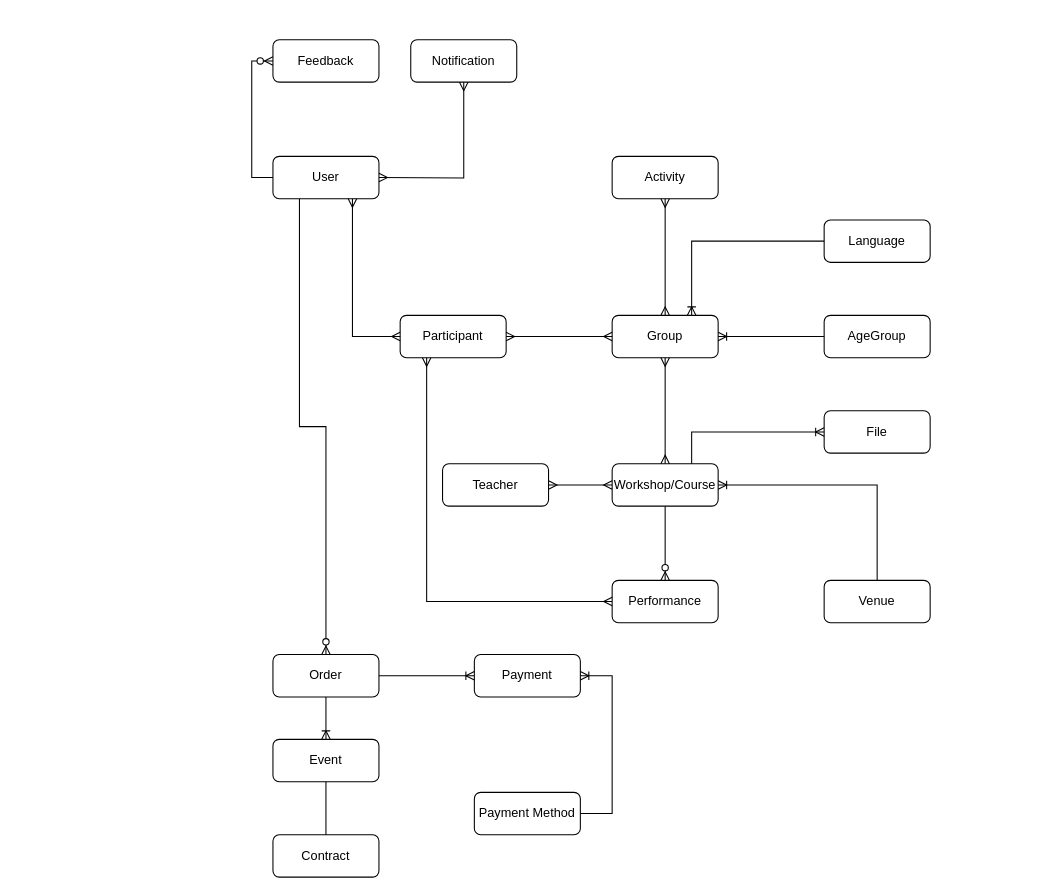
Before: docs/erm.drawio in OleksiyKharkiv/lebens_rhythmus, a draw.io diagram. Source tidied: cells renumbered, new cells numbered last; positions are measured from the earlier drawing's top-left corner, leaving out a move shared by most shapes. Both pictures are drawn from the tidied source at 106%, with x=0, y=0 at pixel (251, 39).
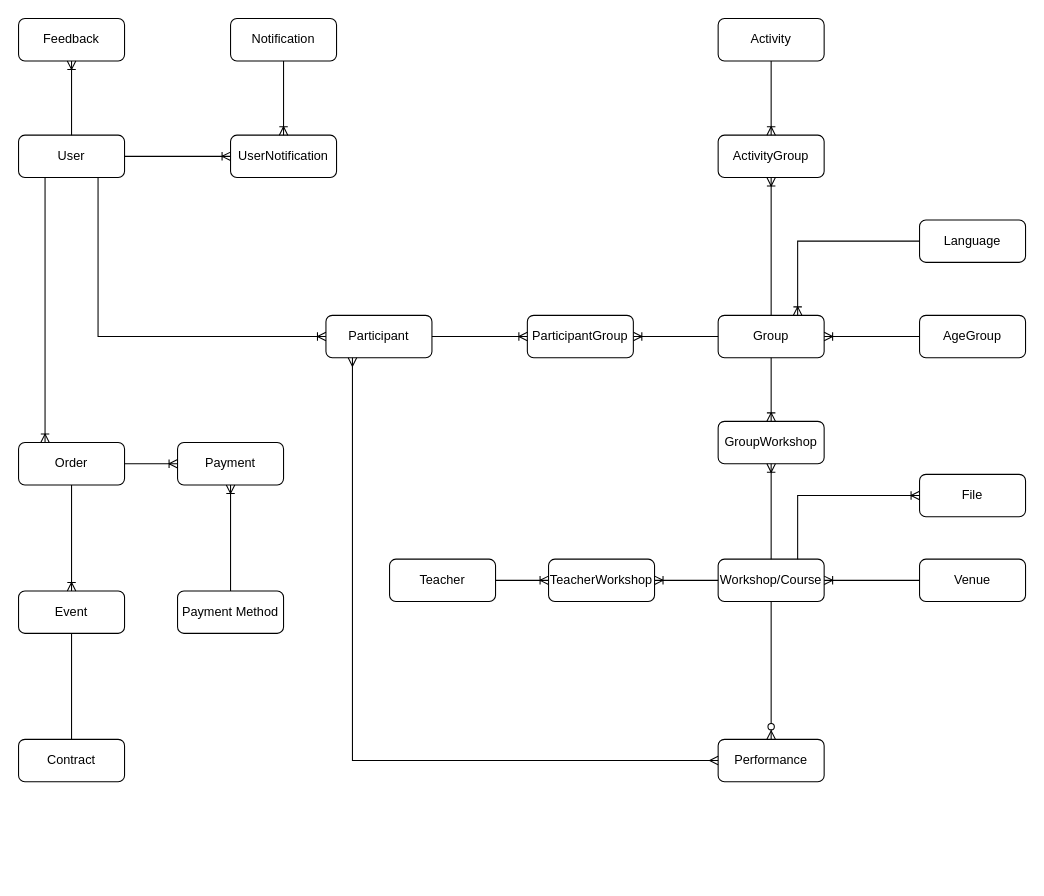
Above is the later version.

Change to the diagram source:
```diff
@@
     <mxCell id="2" value="User" style="rounded=1;whiteSpace=wrap;html=1;" parent="1" vertex="1">
-      <mxGeometry x="20" y="110" width="100" height="40" as="geometry" />
+      <mxGeometry x="-220" y="90" width="100" height="40" as="geometry" />
     </mxCell>
     <mxCell id="3" value="Participant" style="rounded=1;whiteSpace=wrap;html=1;" parent="1" vertex="1">
-      <mxGeometry x="140" y="260" width="100" height="40" as="geometry" />
+      <mxGeometry x="70" y="260" width="100" height="40" as="geometry" />
     </mxCell>
     <mxCell id="4" value="Teacher" style="rounded=1;whiteSpace=wrap;html=1;" parent="1" vertex="1">
-      <mxGeometry x="180" y="400" width="100" height="40" as="geometry" />
+      <mxGeometry x="130" y="490" width="100" height="40" as="geometry" />
     </mxCell>
     <mxCell id="5" value="Group" style="rounded=1;whiteSpace=wrap;html=1;" parent="1" vertex="1">
-      <mxGeometry x="340" y="260" width="100" height="40" as="geometry" />
+      <mxGeometry x="440" y="260" width="100" height="40" as="geometry" />
     </mxCell>
     <mxCell id="6" value="Activity" style="rounded=1;whiteSpace=wrap;html=1;" parent="1" vertex="1">
-      <mxGeometry x="340" y="110" width="100" height="40" as="geometry" />
+      <mxGeometry x="440" y="-20" width="100" height="40" as="geometry" />
     </mxCell>
     <mxCell id="7" value="Workshop/Course" style="rounded=1;whiteSpace=wrap;html=1;" parent="1" vertex="1">
-      <mxGeometry x="340" y="400" width="100" height="40" as="geometry" />
+      <mxGeometry x="440" y="490" width="100" height="40" as="geometry" />
     </mxCell>
     <mxCell id="8" value="Venue" style="rounded=1;whiteSpace=wrap;html=1;" parent="1" vertex="1">
-      <mxGeometry x="540" y="510" width="100" height="40" as="geometry" />
+      <mxGeometry x="630" y="490" width="100" height="40" as="geometry" />
     </mxCell>
     <mxCell id="9" value="Performance" style="rounded=1;whiteSpace=wrap;html=1;" parent="1" vertex="1">
-      <mxGeometry x="340" y="510" width="100" height="40" as="geometry" />
+      <mxGeometry x="440" y="660" width="100" height="40" as="geometry" />
     </mxCell>
     <mxCell id="10" value="Event" style="rounded=1;whiteSpace=wrap;html=1;" parent="1" vertex="1">
-      <mxGeometry x="20" y="660" width="100" height="40" as="geometry" />
+      <mxGeometry x="-220" y="520" width="100" height="40" as="geometry" />
     </mxCell>
     <mxCell id="11" value="Order" style="rounded=1;whiteSpace=wrap;html=1;" parent="1" vertex="1">
-      <mxGeometry x="20" y="580" width="100" height="40" as="geometry" />
+      <mxGeometry x="-220" y="380" width="100" height="40" as="geometry" />
     </mxCell>
     <mxCell id="12" value="Language" style="rounded=1;whiteSpace=wrap;html=1;" parent="1" vertex="1">
-      <mxGeometry x="540" y="170" width="100" height="40" as="geometry" />
+      <mxGeometry x="630" y="170" width="100" height="40" as="geometry" />
     </mxCell>
     <mxCell id="13" value="AgeGroup" style="rounded=1;whiteSpace=wrap;html=1;" parent="1" vertex="1">
-      <mxGeometry x="540" y="260" width="100" height="40" as="geometry" />
+      <mxGeometry x="630" y="260" width="100" height="40" as="geometry" />
     </mxCell>
     <mxCell id="14" value="File" style="rounded=1;whiteSpace=wrap;html=1;" parent="1" vertex="1">
-      <mxGeometry x="540" y="350" width="100" height="40" as="geometry" />
+      <mxGeometry x="630" y="410" width="100" height="40" as="geometry" />
     </mxCell>
     <mxCell id="15" value="Contract" style="rounded=1;whiteSpace=wrap;html=1;" parent="1" vertex="1">
-      <mxGeometry x="20" y="750" width="100" height="40" as="geometry" />
+      <mxGeometry x="-220" y="660" width="100" height="40" as="geometry" />
     </mxCell>
     <mxCell id="16" value="Payment" style="rounded=1;whiteSpace=wrap;html=1;" parent="1" vertex="1">
-      <mxGeometry x="210" y="580" width="100" height="40" as="geometry" />
+      <mxGeometry x="-70" y="380" width="100" height="40" as="geometry" />
     </mxCell>
     <mxCell id="17" value="Notification" style="rounded=1;whiteSpace=wrap;html=1;" parent="1" vertex="1">
-      <mxGeometry x="150" width="100" height="40" as="geometry" />
+      <mxGeometry x="-20" y="-20" width="100" height="40" as="geometry" />
     </mxCell>
     <mxCell id="18" value="Feedback" style="rounded=1;whiteSpace=wrap;html=1;" parent="1" vertex="1">
-      <mxGeometry x="20" width="100" height="40" as="geometry" />
+      <mxGeometry x="-220" y="-20" width="100" height="40" as="geometry" />
     </mxCell>
     <mxCell id="19" value="Payment Method" style="rounded=1;whiteSpace=wrap;html=1;" parent="1" vertex="1">
-      <mxGeometry x="210" y="710" width="100" height="40" as="geometry" />
+      <mxGeometry x="-70" y="520" width="100" height="40" as="geometry" />
     </mxCell>
-    <mxCell id="20" style="edgeStyle=entityRelationEdgeStyle;fontSize=12;html=1;endArrow=ERoneToMany;rounded=0;exitX=1;exitY=0.5;exitDx=0;exitDy=0;entryX=1;entryY=0.5;entryDx=0;entryDy=0;" parent="1" edge="1" source="19" target="16">
-      <mxGeometry relative="1" as="geometry" />
-    </mxCell>
-    <mxCell id="21" style="edgeStyle=orthogonalEdgeStyle;fontSize=12;html=1;endArrow=ERzeroToMany;endFill=1;rounded=0;exitX=0;exitY=0.5;exitDx=0;exitDy=0;entryX=0;entryY=0.5;entryDx=0;entryDy=0;" parent="1" edge="1" source="2" target="18">
-      <mxGeometry relative="1" as="geometry">
-        <Array as="points">
-          <mxPoint y="130" />
-          <mxPoint y="20" />
-        </Array>
-      </mxGeometry>
-    </mxCell>
-    <mxCell id="22" style="edgeStyle=orthogonalEdgeStyle;fontSize=12;html=1;endArrow=ERmany;startArrow=ERmany;rounded=0;entryX=0.5;entryY=1;entryDx=0;entryDy=0;" parent="1" edge="1" target="17">
-      <mxGeometry relative="1" as="geometry">
-        <mxPoint x="120" y="130" as="sourcePoint" />
-      </mxGeometry>
-    </mxCell>
-    <mxCell id="23" style="edgeStyle=orthogonalEdgeStyle;fontSize=12;html=1;endArrow=ERmany;startArrow=ERmany;rounded=0;entryX=0.75;entryY=1;entryDx=0;entryDy=0;exitX=0;exitY=0.5;exitDx=0;exitDy=0;" parent="1" edge="1" source="3" target="2">
-      <mxGeometry relative="1" as="geometry" />
-    </mxCell>
-    <mxCell id="24" style="edgeStyle=orthogonalEdgeStyle;fontSize=12;html=1;endArrow=ERzeroToMany;endFill=1;rounded=0;exitX=0.25;exitY=1;exitDx=0;exitDy=0;entryX=0.5;entryY=0;entryDx=0;entryDy=0;" parent="1" edge="1" source="2" target="11">
-      <mxGeometry relative="1" as="geometry" />
-    </mxCell>
-    <mxCell id="25" style="edgeStyle=orthogonalEdgeStyle;fontSize=12;html=1;endArrow=ERmany;startArrow=ERmany;rounded=0;entryX=0;entryY=0.5;entryDx=0;entryDy=0;exitX=1;exitY=0.5;exitDx=0;exitDy=0;" parent="1" edge="1" source="3" target="5">
-      <mxGeometry relative="1" as="geometry" />
-    </mxCell>
-    <mxCell id="26" style="edgeStyle=orthogonalEdgeStyle;fontSize=12;html=1;endArrow=ERmany;startArrow=ERmany;rounded=0;entryX=0.5;entryY=0;entryDx=0;entryDy=0;exitX=0.5;exitY=1;exitDx=0;exitDy=0;" parent="1" edge="1" source="6" target="5">
-      <mxGeometry relative="1" as="geometry" />
-    </mxCell>
@@
-    <mxCell id="32" style="edgeStyle=orthogonalEdgeStyle;fontSize=12;html=1;endArrow=ERmany;startArrow=ERmany;rounded=0;entryX=0;entryY=0.5;entryDx=0;entryDy=0;exitX=1;exitY=0.5;exitDx=0;exitDy=0;" parent="1" edge="1" source="4" target="7">
-      <mxGeometry relative="1" as="geometry" />
-    </mxCell>
@@
-    <mxCell id="35" style="edgeStyle=orthogonalEdgeStyle;fontSize=12;html=1;endArrow=ERmany;startArrow=ERmany;rounded=0;entryX=0.5;entryY=0;entryDx=0;entryDy=0;exitX=0.5;exitY=1;exitDx=0;exitDy=0;" parent="1" edge="1" source="5" target="7">
-      <mxGeometry relative="1" as="geometry" />
-    </mxCell>
     <mxCell id="36" style="edgeStyle=orthogonalEdgeStyle;fontSize=12;html=1;endArrow=ERzeroToMany;endFill=1;rounded=0;exitX=0.5;exitY=1;exitDx=0;exitDy=0;entryX=0.5;entryY=0;entryDx=0;entryDy=0;" parent="1" edge="1" source="7" target="9">
       <mxGeometry relative="1" as="geometry">
         <Array as="points">
-          <mxPoint x="390" y="470" />
-          <mxPoint x="390" y="470" />
+          <mxPoint x="490" y="660" />
         </Array>
       </mxGeometry>
     </mxCell>
-    <mxCell id="37" style="edgeStyle=orthogonalEdgeStyle;fontSize=12;html=1;endArrow=ERoneToMany;rounded=0;exitX=0.5;exitY=0;exitDx=0;exitDy=0;entryX=1;entryY=0.5;entryDx=0;entryDy=0;" parent="1" edge="1" source="8" target="7">
+    <mxCell id="37" style="edgeStyle=orthogonalEdgeStyle;fontSize=12;html=1;endArrow=ERoneToMany;rounded=0;exitX=0;exitY=0.5;exitDx=0;exitDy=0;entryX=1;entryY=0.5;entryDx=0;entryDy=0;" parent="1" edge="1" source="8" target="7">
       <mxGeometry relative="1" as="geometry" />
     </mxCell>
+    <mxCell id="38" value="ActivityGroup" style="rounded=1;whiteSpace=wrap;html=1;" parent="1" vertex="1">
+      <mxGeometry x="440" y="90" width="100" height="40" as="geometry" />
+    </mxCell>
+    <mxCell id="39" style="edgeStyle=orthogonalEdgeStyle;fontSize=12;html=1;endArrow=ERoneToMany;rounded=0;entryX=0.5;entryY=1;entryDx=0;entryDy=0;exitX=0.5;exitY=0;exitDx=0;exitDy=0;" parent="1" edge="1" source="5" target="38">
+      <mxGeometry relative="1" as="geometry" />
+    </mxCell>
+    <mxCell id="20" style="edgeStyle=orthogonalEdgeStyle;fontSize=12;html=1;endArrow=ERoneToMany;rounded=0;exitX=0.5;exitY=0;exitDx=0;exitDy=0;entryX=0.5;entryY=1;entryDx=0;entryDy=0;" parent="1" edge="1" source="19" target="16">
+      <mxGeometry relative="1" as="geometry" />
+    </mxCell>
+    <mxCell id="40" style="edgeStyle=orthogonalEdgeStyle;fontSize=12;html=1;endArrow=ERoneToMany;rounded=0;exitX=0.75;exitY=1;exitDx=0;exitDy=0;entryX=0;entryY=0.5;entryDx=0;entryDy=0;" parent="1" edge="1" source="2" target="3">
+      <mxGeometry relative="1" as="geometry" />
+    </mxCell>
+    <mxCell id="24" style="edgeStyle=orthogonalEdgeStyle;fontSize=12;html=1;endArrow=ERoneToMany;rounded=0;exitX=0.25;exitY=1;exitDx=0;exitDy=0;entryX=0.25;entryY=0;entryDx=0;entryDy=0;" parent="1" edge="1" source="2" target="11">
+      <mxGeometry relative="1" as="geometry" />
+    </mxCell>
+    <mxCell id="41" value="ParticipantGroup" style="rounded=1;whiteSpace=wrap;html=1;" parent="1" vertex="1">
+      <mxGeometry x="260" y="260" width="100" height="40" as="geometry" />
+    </mxCell>
+    <mxCell id="42" style="edgeStyle=orthogonalEdgeStyle;fontSize=12;html=1;endArrow=ERoneToMany;rounded=0;exitX=1;exitY=0.5;exitDx=0;exitDy=0;entryX=0;entryY=0.5;entryDx=0;entryDy=0;" parent="1" edge="1" source="3" target="41">
+      <mxGeometry relative="1" as="geometry" />
+    </mxCell>
+    <mxCell id="43" style="edgeStyle=orthogonalEdgeStyle;fontSize=12;html=1;endArrow=ERoneToMany;rounded=0;exitX=0;exitY=0.5;exitDx=0;exitDy=0;entryX=1;entryY=0.5;entryDx=0;entryDy=0;" parent="1" edge="1" source="5" target="41">
+      <mxGeometry relative="1" as="geometry" />
+    </mxCell>
+    <mxCell id="44" value="GroupWorkshop" style="rounded=1;whiteSpace=wrap;html=1;" parent="1" vertex="1">
+      <mxGeometry x="440" y="360" width="100" height="40" as="geometry" />
+    </mxCell>
+    <mxCell id="45" style="edgeStyle=orthogonalEdgeStyle;fontSize=12;html=1;endArrow=ERoneToMany;rounded=0;exitX=0.5;exitY=1;exitDx=0;exitDy=0;entryX=0.5;entryY=0;entryDx=0;entryDy=0;" parent="1" edge="1" source="5" target="44">
+      <mxGeometry relative="1" as="geometry" />
+    </mxCell>
+    <mxCell id="46" style="edgeStyle=orthogonalEdgeStyle;fontSize=12;html=1;endArrow=ERoneToMany;rounded=0;exitX=0.5;exitY=0;exitDx=0;exitDy=0;entryX=0.5;entryY=1;entryDx=0;entryDy=0;" parent="1" edge="1" source="7" target="44">
+      <mxGeometry relative="1" as="geometry" />
+    </mxCell>
+    <mxCell id="47" value="TeacherWorkshop" style="rounded=1;whiteSpace=wrap;html=1;" parent="1" vertex="1">
+      <mxGeometry x="280" y="490" width="100" height="40" as="geometry" />
+    </mxCell>
+    <mxCell id="48" style="edgeStyle=orthogonalEdgeStyle;fontSize=12;html=1;endArrow=ERoneToMany;rounded=0;exitX=1;exitY=0.5;exitDx=0;exitDy=0;entryX=0;entryY=0.5;entryDx=0;entryDy=0;" parent="1" edge="1" source="4" target="47">
+      <mxGeometry relative="1" as="geometry" />
+    </mxCell>
+    <mxCell id="49" style="edgeStyle=orthogonalEdgeStyle;fontSize=12;html=1;endArrow=ERoneToMany;rounded=0;exitX=0;exitY=0.5;exitDx=0;exitDy=0;entryX=1;entryY=0.5;entryDx=0;entryDy=0;" parent="1" edge="1" source="7" target="47">
+      <mxGeometry relative="1" as="geometry" />
+    </mxCell>
+    <mxCell id="50" value="UserNotification" style="rounded=1;whiteSpace=wrap;html=1;" parent="1" vertex="1">
+      <mxGeometry x="-20" y="90" width="100" height="40" as="geometry" />
+    </mxCell>
+    <mxCell id="21" style="edgeStyle=orthogonalEdgeStyle;fontSize=12;html=1;endArrow=ERoneToMany;rounded=0;exitX=0.5;exitY=0;exitDx=0;exitDy=0;entryX=0.5;entryY=1;entryDx=0;entryDy=0;" parent="1" edge="1" source="2" target="18">
+      <mxGeometry relative="1" as="geometry" />
+    </mxCell>
+    <mxCell id="51" style="edgeStyle=orthogonalEdgeStyle;fontSize=12;html=1;endArrow=ERoneToMany;rounded=0;exitX=1;exitY=0.5;exitDx=0;exitDy=0;entryX=0;entryY=0.5;entryDx=0;entryDy=0;" parent="1" edge="1" source="2" target="50">
+      <mxGeometry relative="1" as="geometry" />
+    </mxCell>
+    <mxCell id="52" style="edgeStyle=orthogonalEdgeStyle;fontSize=12;html=1;endArrow=ERoneToMany;rounded=0;exitX=0.5;exitY=1;exitDx=0;exitDy=0;entryX=0.5;entryY=0;entryDx=0;entryDy=0;" parent="1" edge="1" source="17" target="50">
+      <mxGeometry relative="1" as="geometry" />
+    </mxCell>
+    <mxCell id="53" style="edgeStyle=orthogonalEdgeStyle;fontSize=12;html=1;endArrow=ERoneToMany;rounded=0;exitX=0.5;exitY=1;exitDx=0;exitDy=0;entryX=0.5;entryY=0;entryDx=0;entryDy=0;" parent="1" edge="1" source="6" target="38">
+      <mxGeometry relative="1" as="geometry" />
+    </mxCell>
```
